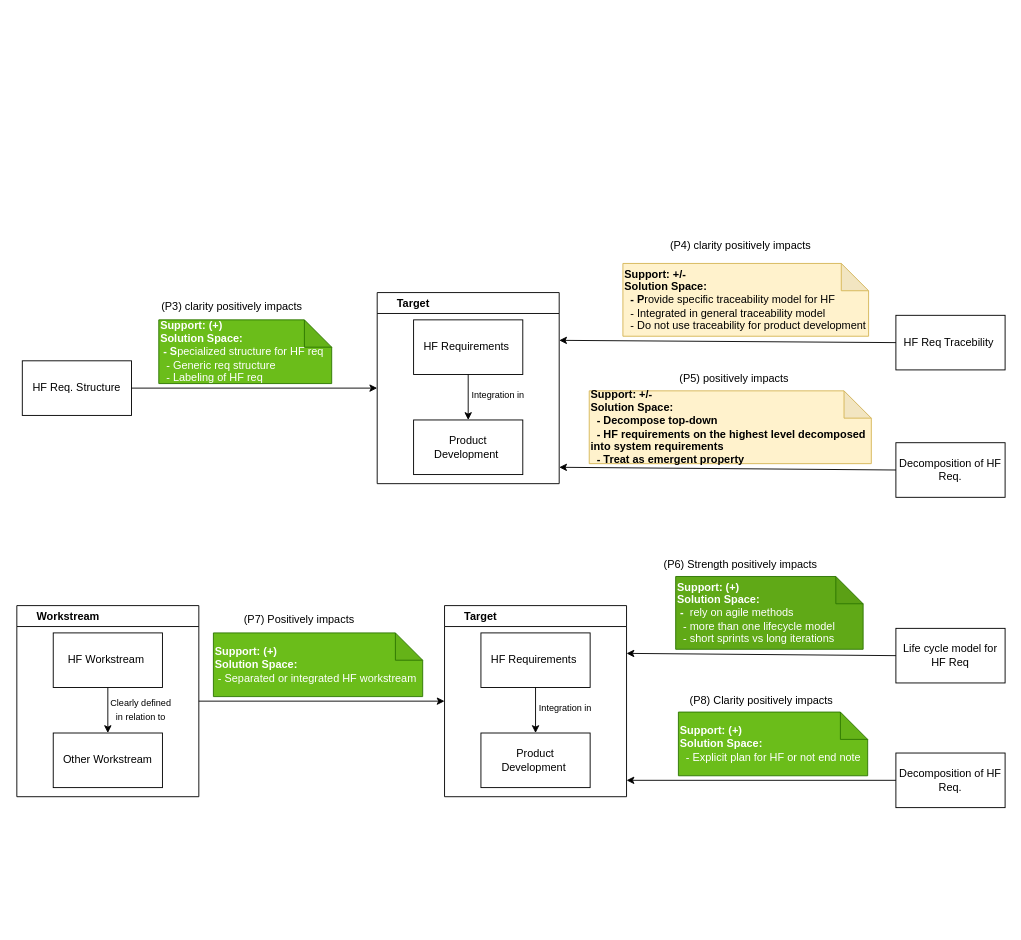
This is page "Page-1" (1 of 2) of HF Strategy.drawio from amnapir/Figures, a draw.io file, before an edit. Source tidied: cells renumbered, new cells numbered last; positions are measured from the earlier drawing's top-left corner, leaving out a move shared by most shapes. Both pictures are drawn from the tidied source at 91%, with x=0, y=0 at pixel (16, 232).
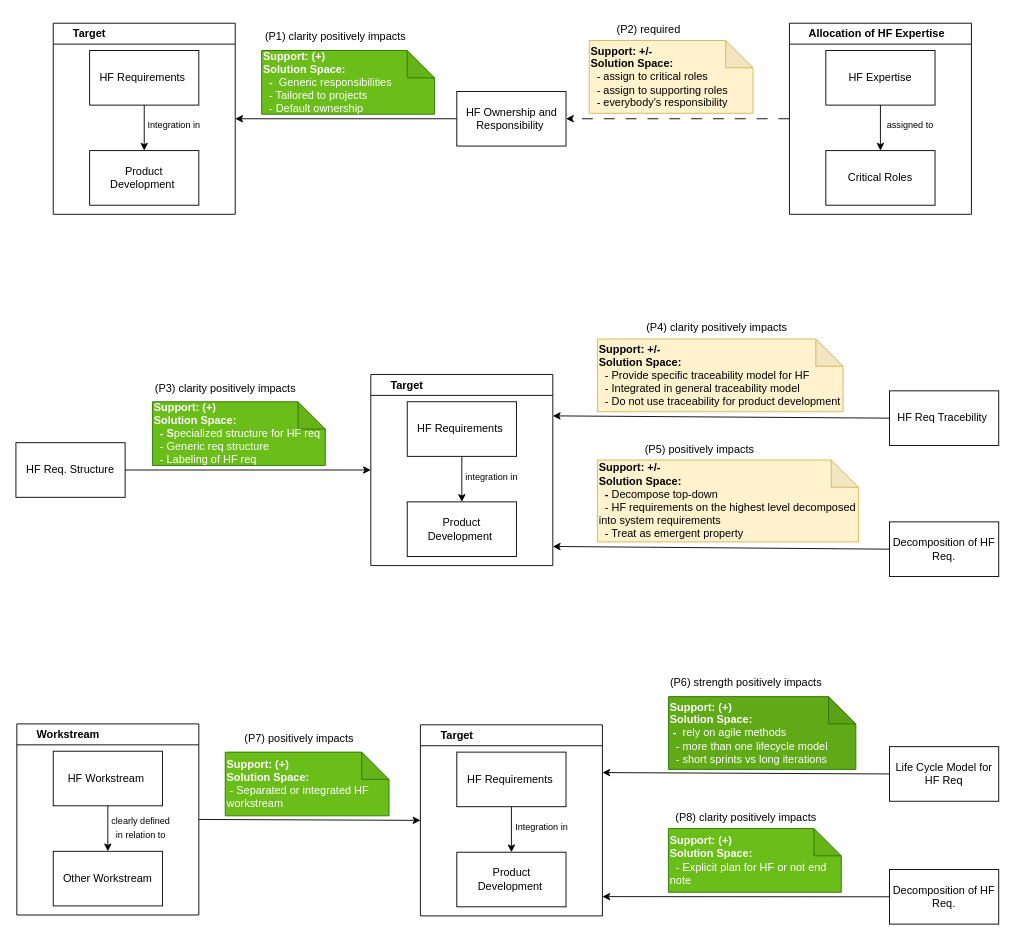
The same diagram, later.

What changed in the source:
```diff
@@
-    <mxCell id="2" value="&lt;b&gt;Support: (+)&lt;br&gt;Solution Space:&lt;br&gt;&amp;nbsp;- S&lt;/b&gt;pecialized structure for HF req&lt;div&gt;&amp;nbsp; - Generic req structure&lt;/div&gt;&lt;div&gt;&amp;nbsp; - Labeling of HF req&lt;/div&gt;" style="shape=note;whiteSpace=wrap;html=1;backgroundOutline=1;darkOpacity=0.05;size=30;align=left;fillColor=#6BBD1A;strokeColor=#2D7600;fontColor=#ffffff;" parent="1" vertex="1">
-      <mxGeometry x="156" y="96" width="190" height="70" as="geometry" />
+    <mxCell id="2" value="&lt;b&gt;Support: (+)&lt;br&gt;Solution Space:&lt;br&gt;&amp;nbsp; -&amp;nbsp;&lt;/b&gt;&amp;nbsp;Generic responsibilities&lt;div&gt;&amp;nbsp; - Tailored to projects&lt;/div&gt;&lt;div&gt;&amp;nbsp; - Default ownership&lt;/div&gt;" style="shape=note;whiteSpace=wrap;html=1;backgroundOutline=1;darkOpacity=0.05;size=30;align=left;fillColor=#6BBD1A;strokeColor=#2D7600;fontColor=#ffffff;" parent="1" vertex="1">
+      <mxGeometry x="269" y="-200" width="190" height="70" as="geometry" />
     </mxCell>
-    <mxCell id="3" value="HF Req. Structure" style="rounded=0;whiteSpace=wrap;html=1;" parent="1" vertex="1">
-      <mxGeometry x="6" y="141" width="120" height="60" as="geometry" />
+    <mxCell id="3" value="HF Ownership and Responsibility&amp;nbsp;" style="rounded=0;whiteSpace=wrap;html=1;" parent="1" vertex="1">
+      <mxGeometry x="483.5" y="-155" width="120" height="60" as="geometry" />
     </mxCell>
     <mxCell id="4" value="&amp;nbsp; &amp;nbsp; &amp;nbsp; Target&amp;nbsp;" style="swimlane;whiteSpace=wrap;html=1;align=left;" parent="1" vertex="1">
-      <mxGeometry x="396" y="66" width="200" height="210" as="geometry" />
+      <mxGeometry x="40" y="-230" width="200" height="210" as="geometry" />
     </mxCell>
@@
-    <mxCell id="9" value="HF Req Tracebility&amp;nbsp;" style="rounded=0;whiteSpace=wrap;html=1;" parent="1" vertex="1">
-      <mxGeometry x="966" y="91" width="120" height="60" as="geometry" />
-    </mxCell>
-    <mxCell id="10" style="endArrow=classic;html=1;rounded=0;exitX=0;exitY=0.5;exitDx=0;exitDy=0;entryX=1;entryY=0.25;entryDx=0;entryDy=0;" parent="1" edge="1" source="9" target="4">
-      <mxGeometry relative="1" as="geometry" />
-    </mxCell>
-    <mxCell id="11" value="&lt;b style=&quot;border-color: var(--border-color);&quot;&gt;Support: +/-&lt;br style=&quot;border-color: var(--border-color);&quot;&gt;Solution Space:&lt;br style=&quot;border-color: var(--border-color);&quot;&gt;&amp;nbsp; - P&lt;/b&gt;rovide specific traceability model for HF&lt;div style=&quot;border-color: var(--border-color);&quot;&gt;&amp;nbsp; - Integrated in general traceability model&lt;/div&gt;&lt;div style=&quot;border-color: var(--border-color);&quot;&gt;&amp;nbsp; - Do not use traceability for product development&lt;/div&gt;" style="shape=note;whiteSpace=wrap;html=1;backgroundOutline=1;darkOpacity=0.05;size=30;align=left;fillColor=#fff2cc;strokeColor=#d6b656;" parent="1" vertex="1">
-      <mxGeometry x="666" y="34" width="270" height="80" as="geometry" />
+    <mxCell id="11" value="&lt;b style=&quot;border-color: var(--border-color);&quot;&gt;Support: +/-&lt;br style=&quot;border-color: var(--border-color);&quot;&gt;Solution Space:&lt;br style=&quot;border-color: var(--border-color);&quot;&gt;&amp;nbsp;&lt;/b&gt;&lt;span style=&quot;border-color: var(--border-color);&quot;&gt; - assign to critical roles&lt;div&gt;&amp;nbsp; - assign to supporting roles&lt;/div&gt;&lt;div&gt;&amp;nbsp; - everybody's responsibility&lt;/div&gt;&lt;/span&gt;" style="shape=note;whiteSpace=wrap;html=1;backgroundOutline=1;darkOpacity=0.05;size=30;align=left;fillColor=#fff2cc;strokeColor=#d6b656;" parent="1" vertex="1">
+      <mxGeometry x="629" y="-211" width="180" height="80" as="geometry" />
     </mxCell>
-    <mxCell id="12" value="Decomposition of HF Req." style="rounded=0;whiteSpace=wrap;html=1;" parent="1" vertex="1">
-      <mxGeometry x="966" y="231" width="120" height="60" as="geometry" />
-    </mxCell>
-    <mxCell id="13" style="endArrow=classic;html=1;rounded=0;exitX=0;exitY=0.5;exitDx=0;exitDy=0;entryX=1;entryY=0.25;entryDx=0;entryDy=0;" parent="1" edge="1" source="12">
-      <mxGeometry relative="1" as="geometry">
-        <mxPoint x="596" y="258" as="targetPoint" />
-      </mxGeometry>
-    </mxCell>
-    <mxCell id="14" value="&lt;b style=&quot;border-color: var(--border-color);&quot;&gt;Support: +/-&lt;br style=&quot;border-color: var(--border-color);&quot;&gt;Solution Space: &lt;br&gt;&amp;nbsp; - Decompose top-down&lt;div&gt;&amp;nbsp; - HF requirements on the highest level decomposed into system requirements&lt;/div&gt;&lt;div&gt;&amp;nbsp; - Treat as emergent property&amp;nbsp;&lt;/div&gt;&lt;/b&gt;" style="shape=note;whiteSpace=wrap;html=1;backgroundOutline=1;darkOpacity=0.05;size=30;align=left;fillColor=#fff2cc;strokeColor=#d6b656;" parent="1" vertex="1">
-      <mxGeometry x="629" y="174" width="310" height="80" as="geometry" />
-    </mxCell>
-    <mxCell id="15" value="(P3) clarity positively impacts" style="text;html=1;align=center;verticalAlign=middle;strokeColor=none;fillColor=none;" parent="1" vertex="1">
-      <mxGeometry x="146" y="67" width="180" height="30" as="geometry" />
+    <mxCell id="15" value="(P1) clarity positively impacts" style="text;html=1;align=center;verticalAlign=middle;strokeColor=none;fillColor=none;" parent="1" vertex="1">
+      <mxGeometry x="260" y="-230" width="180" height="30" as="geometry" />
     </mxCell>
-    <mxCell id="16" value="(P4) clarity positively impacts" style="text;html=1;align=center;verticalAlign=middle;strokeColor=none;fillColor=none;" parent="1" vertex="1">
-      <mxGeometry x="705" width="180" height="30" as="geometry" />
+    <mxCell id="16" value="(P2) required" style="text;html=1;align=center;verticalAlign=middle;strokeColor=none;fillColor=none;" parent="1" vertex="1">
+      <mxGeometry x="649" y="-238" width="90" height="30" as="geometry" />
     </mxCell>
-    <mxCell id="17" style="endArrow=classic;html=1;rounded=0;exitX=1;exitY=0.5;exitDx=0;exitDy=0;entryX=0;entryY=0.5;entryDx=0;entryDy=0;" parent="1" edge="1" source="3" target="4">
-      <mxGeometry relative="1" as="geometry" />
-    </mxCell>
-    <mxCell id="18" value="(P5) positively impacts" style="text;html=1;align=center;verticalAlign=middle;strokeColor=none;fillColor=none;" parent="1" vertex="1">
-      <mxGeometry x="718" y="146" width="140" height="30" as="geometry" />
-    </mxCell>
     <mxCell id="19" value="&lt;b&gt;Support: (+)&lt;br&gt;Solution Space:&lt;/b&gt;&amp;nbsp;&lt;br&gt;&amp;nbsp;- Separated or integrated HF workstream" style="shape=note;whiteSpace=wrap;html=1;backgroundOutline=1;darkOpacity=0.05;size=30;align=left;fillColor=#6BBD1A;strokeColor=#2D7600;fontColor=#ffffff;" parent="1" vertex="1">
-      <mxGeometry x="216" y="440" width="230" height="70" as="geometry" />
+      <mxGeometry x="229" y="571" width="180" height="70" as="geometry" />
     </mxCell>
     <mxCell id="20" value="&amp;nbsp; &amp;nbsp; &amp;nbsp; Target&amp;nbsp;" style="swimlane;whiteSpace=wrap;html=1;align=left;" parent="1" vertex="1">
-      <mxGeometry x="470" y="410" width="200" height="210" as="geometry" />
+      <mxGeometry x="443.5" y="541" width="200" height="210" as="geometry" />
     </mxCell>
@@
-    <mxCell id="25" value="Life cycle model for HF Req" style="rounded=0;whiteSpace=wrap;html=1;" parent="1" vertex="1">
-      <mxGeometry x="966" y="435" width="120" height="60" as="geometry" />
+    <mxCell id="25" value="Life Cycle Model for HF Req" style="rounded=0;whiteSpace=wrap;html=1;" parent="1" vertex="1">
+      <mxGeometry x="959" y="565" width="120" height="60" as="geometry" />
     </mxCell>
@@
     <mxCell id="27" value="&lt;b style=&quot;border-color: var(--border-color); caret-color: rgb(255, 255, 255);&quot;&gt;Support: (+)&lt;br style=&quot;border-color: var(--border-color);&quot;&gt;Solution Space:&lt;br style=&quot;border-color: var(--border-color);&quot;&gt;&amp;nbsp;-&amp;nbsp;&lt;/b&gt;&amp;nbsp;rely on agile methods&lt;div style=&quot;border-color: var(--border-color); caret-color: rgb(255, 255, 255);&quot;&gt;&amp;nbsp; - more than one lifecycle model&lt;/div&gt;&lt;div style=&quot;border-color: var(--border-color); caret-color: rgb(255, 255, 255);&quot;&gt;&amp;nbsp; - short sprints vs long iterations&lt;/div&gt;" style="shape=note;whiteSpace=wrap;html=1;backgroundOutline=1;darkOpacity=0.05;size=30;align=left;fillColor=#60a917;strokeColor=#2D7600;fontColor=#ffffff;" parent="1" vertex="1">
-      <mxGeometry x="724" y="378" width="206" height="80" as="geometry" />
+      <mxGeometry x="716" y="510" width="206" height="80" as="geometry" />
     </mxCell>
     <mxCell id="28" value="Decomposition of HF Req." style="rounded=0;whiteSpace=wrap;html=1;" parent="1" vertex="1">
-      <mxGeometry x="966" y="572" width="120" height="60" as="geometry" />
+      <mxGeometry x="959" y="700" width="120" height="60" as="geometry" />
     </mxCell>
-    <mxCell id="29" style="endArrow=classic;html=1;rounded=0;exitX=0;exitY=0.5;exitDx=0;exitDy=0;entryX=1;entryY=0.25;entryDx=0;entryDy=0;" parent="1" edge="1" source="28">
+    <mxCell id="29" style="endArrow=classic;html=1;rounded=0;" parent="1" edge="1">
       <mxGeometry relative="1" as="geometry">
-        <mxPoint x="670" y="602" as="targetPoint" />
+        <mxPoint x="959" y="730" as="sourcePoint" />
+        <mxPoint x="643.5" y="729.8" as="targetPoint" />
       </mxGeometry>
     </mxCell>
-    <mxCell id="30" value="(P7) Positively impacts" style="text;html=1;align=center;verticalAlign=middle;strokeColor=none;fillColor=none;" parent="1" vertex="1">
-      <mxGeometry x="240" y="411" width="140" height="30" as="geometry" />
+    <mxCell id="30" value="(P7) positively impacts" style="text;html=1;align=center;verticalAlign=middle;strokeColor=none;fillColor=none;" parent="1" vertex="1">
+      <mxGeometry x="240" y="541" width="140" height="30" as="geometry" />
     </mxCell>
-    <mxCell id="31" value="(P6) Strength positively impacts" style="text;html=1;align=center;verticalAlign=middle;strokeColor=none;fillColor=none;" parent="1" vertex="1">
-      <mxGeometry x="700" y="350" width="190" height="30" as="geometry" />
+    <mxCell id="31" value="(P6) strength positively impacts" style="text;html=1;align=center;verticalAlign=middle;strokeColor=none;fillColor=none;" parent="1" vertex="1">
+      <mxGeometry x="706" y="480" width="190" height="30" as="geometry" />
     </mxCell>
     <mxCell id="32" style="endArrow=classic;html=1;rounded=0;exitX=1;exitY=0.5;exitDx=0;exitDy=0;entryX=0;entryY=0.5;entryDx=0;entryDy=0;" parent="1" edge="1" target="20">
       <mxGeometry relative="1" as="geometry">
-        <mxPoint x="200" y="515" as="sourcePoint" />
+        <mxPoint x="200" y="645" as="sourcePoint" />
       </mxGeometry>
     </mxCell>
-    <mxCell id="33" value="(P8) Clarity positively impacts" style="text;html=1;align=center;verticalAlign=middle;strokeColor=none;fillColor=none;" parent="1" vertex="1">
-      <mxGeometry x="728" y="500" width="180" height="30" as="geometry" />
+    <mxCell id="33" value="(P8) clarity positively impacts" style="text;html=1;align=center;verticalAlign=middle;strokeColor=none;fillColor=none;" parent="1" vertex="1">
+      <mxGeometry x="711" y="628" width="180" height="30" as="geometry" />
     </mxCell>
     <mxCell id="34" value="&lt;b&gt;Support: (+)&lt;br&gt;Solution Space:&lt;br&gt;&amp;nbsp;&lt;/b&gt;&amp;nbsp;- Explicit plan for HF or not end note" style="shape=note;whiteSpace=wrap;html=1;backgroundOutline=1;darkOpacity=0.05;size=30;align=left;fillColor=#6BBD1A;strokeColor=#2D7600;fontColor=#ffffff;" parent="1" vertex="1">
-      <mxGeometry x="727" y="527" width="208" height="70" as="geometry" />
+      <mxGeometry x="716" y="655" width="190" height="70" as="geometry" />
     </mxCell>
     <mxCell id="35" value="&amp;nbsp; &amp;nbsp; &amp;nbsp; Workstream" style="swimlane;whiteSpace=wrap;html=1;align=left;" parent="1" vertex="1">
-      <mxGeometry y="410" width="200" height="210" as="geometry" />
+      <mxGeometry y="540" width="200" height="210" as="geometry" />
     </mxCell>
@@
-    <mxCell id="39" value="&lt;font style=&quot;font-size: 10px;&quot;&gt;Clearly defined in relation to&lt;/font&gt;" style="text;html=1;strokeColor=none;fillColor=none;align=center;verticalAlign=middle;whiteSpace=wrap;rounded=0;" parent="35" vertex="1">
+    <mxCell id="39" value="&lt;font style=&quot;font-size: 10px;&quot;&gt;clearly defined in relation to&lt;/font&gt;" style="text;html=1;strokeColor=none;fillColor=none;align=center;verticalAlign=middle;whiteSpace=wrap;rounded=0;" parent="35" vertex="1">
       <mxGeometry x="98" y="104" width="77" height="20" as="geometry" />
     </mxCell>
+    <mxCell id="40" value="&lt;b&gt;Support: (+)&lt;br&gt;Solution Space:&lt;br&gt;&amp;nbsp; - S&lt;/b&gt;pecialized structure for HF req&lt;div&gt;&amp;nbsp; - Generic req structure&lt;/div&gt;&lt;div&gt;&amp;nbsp; - Labeling of HF req&lt;/div&gt;" style="shape=note;whiteSpace=wrap;html=1;backgroundOutline=1;darkOpacity=0.05;size=30;align=left;fillColor=#6BBD1A;strokeColor=#2D7600;fontColor=#ffffff;" parent="1" vertex="1">
+      <mxGeometry x="149" y="186" width="190" height="70" as="geometry" />
+    </mxCell>
+    <mxCell id="41" value="HF Req. Structure" style="rounded=0;whiteSpace=wrap;html=1;" parent="1" vertex="1">
+      <mxGeometry x="-1" y="231" width="120" height="60" as="geometry" />
+    </mxCell>
+    <mxCell id="42" value="&amp;nbsp; &amp;nbsp; &amp;nbsp; Target&amp;nbsp;" style="swimlane;whiteSpace=wrap;html=1;align=left;" parent="1" vertex="1">
+      <mxGeometry x="389" y="156" width="200" height="210" as="geometry" />
+    </mxCell>
+    <mxCell id="43" value="HF Requirements&amp;nbsp;" style="rounded=0;whiteSpace=wrap;html=1;" parent="42" vertex="1">
+      <mxGeometry x="40" y="30" width="120" height="60" as="geometry" />
+    </mxCell>
+    <mxCell id="44" value="Product Development&amp;nbsp;" style="rounded=0;whiteSpace=wrap;html=1;" parent="42" vertex="1">
+      <mxGeometry x="40" y="140" width="120" height="60" as="geometry" />
+    </mxCell>
+    <mxCell id="45" style="endArrow=classic;html=1;rounded=0;exitX=0.5;exitY=1;exitDx=0;exitDy=0;entryX=0.5;entryY=0;entryDx=0;entryDy=0;" parent="42" edge="1" source="43" target="44">
+      <mxGeometry relative="1" as="geometry" />
+    </mxCell>
+    <mxCell id="46" value="&lt;font style=&quot;font-size: 10px;&quot;&gt;integration in&lt;/font&gt;" style="text;html=1;strokeColor=none;fillColor=none;align=center;verticalAlign=middle;whiteSpace=wrap;rounded=0;" parent="42" vertex="1">
+      <mxGeometry x="103" y="102" width="60" height="20" as="geometry" />
+    </mxCell>
+    <mxCell id="9" value="HF Req Tracebility&amp;nbsp;" style="rounded=0;whiteSpace=wrap;html=1;" parent="1" vertex="1">
+      <mxGeometry x="959" y="174" width="120" height="60" as="geometry" />
+    </mxCell>
+    <mxCell id="47" style="endArrow=classic;html=1;rounded=0;exitX=0;exitY=0.5;exitDx=0;exitDy=0;entryX=1;entryY=0.25;entryDx=0;entryDy=0;" parent="1" edge="1" source="9">
+      <mxGeometry relative="1" as="geometry">
+        <mxPoint x="589" y="201.5" as="targetPoint" />
+      </mxGeometry>
+    </mxCell>
+    <mxCell id="48" value="&lt;b style=&quot;border-color: var(--border-color);&quot;&gt;Support: +/-&lt;br style=&quot;border-color: var(--border-color);&quot;&gt;Solution Space:&lt;br style=&quot;border-color: var(--border-color);&quot;&gt;&amp;nbsp;&lt;/b&gt;&lt;span style=&quot;border-color: var(--border-color);&quot;&gt; - P&lt;/span&gt;rovide specific traceability model for HF&lt;div style=&quot;border-color: var(--border-color);&quot;&gt;&amp;nbsp; - Integrated in general traceability model&lt;/div&gt;&lt;div style=&quot;border-color: var(--border-color);&quot;&gt;&amp;nbsp; - Do not use traceability for product development&lt;/div&gt;" style="shape=note;whiteSpace=wrap;html=1;backgroundOutline=1;darkOpacity=0.05;size=30;align=left;fillColor=#fff2cc;strokeColor=#d6b656;" parent="1" vertex="1">
+      <mxGeometry x="638" y="117" width="270" height="80" as="geometry" />
+    </mxCell>
+    <mxCell id="12" value="Decomposition of HF Req." style="rounded=0;whiteSpace=wrap;html=1;" parent="1" vertex="1">
+      <mxGeometry x="959" y="318" width="120" height="60" as="geometry" />
+    </mxCell>
+    <mxCell id="49" style="endArrow=classic;html=1;rounded=0;exitX=0;exitY=0.5;exitDx=0;exitDy=0;entryX=1;entryY=0.25;entryDx=0;entryDy=0;" parent="1" edge="1" source="12">
+      <mxGeometry relative="1" as="geometry">
+        <mxPoint x="589" y="345" as="targetPoint" />
+      </mxGeometry>
+    </mxCell>
+    <mxCell id="14" value="&lt;b style=&quot;border-color: var(--border-color);&quot;&gt;Support: +/-&lt;br style=&quot;border-color: var(--border-color);&quot;&gt;Solution Space: &lt;br&gt;&amp;nbsp; - &lt;/b&gt;&lt;span style=&quot;border-color: var(--border-color);&quot;&gt;Decompose top-down&lt;div&gt;&amp;nbsp; - HF requirements on the highest level decomposed into system requirements&lt;/div&gt;&lt;div&gt;&amp;nbsp; - Treat as emergent property&amp;nbsp;&lt;/div&gt;&lt;/span&gt;" style="shape=note;whiteSpace=wrap;html=1;backgroundOutline=1;darkOpacity=0.05;size=30;align=left;fillColor=#fff2cc;strokeColor=#d6b656;" parent="1" vertex="1">
+      <mxGeometry x="638" y="250" width="287" height="90" as="geometry" />
+    </mxCell>
+    <mxCell id="50" value="(P3) clarity positively impacts" style="text;html=1;align=center;verticalAlign=middle;strokeColor=none;fillColor=none;" parent="1" vertex="1">
+      <mxGeometry x="139" y="157" width="180" height="30" as="geometry" />
+    </mxCell>
+    <mxCell id="51" value="(P4) clarity positively impacts" style="text;html=1;align=center;verticalAlign=middle;strokeColor=none;fillColor=none;" parent="1" vertex="1">
+      <mxGeometry x="679" y="90" width="180" height="30" as="geometry" />
+    </mxCell>
+    <mxCell id="52" style="endArrow=classic;html=1;rounded=0;exitX=1;exitY=0.5;exitDx=0;exitDy=0;entryX=0;entryY=0.5;entryDx=0;entryDy=0;" parent="1" edge="1" source="41" target="42">
+      <mxGeometry relative="1" as="geometry" />
+    </mxCell>
+    <mxCell id="18" value="(P5) positively impacts" style="text;html=1;align=center;verticalAlign=middle;strokeColor=none;fillColor=none;" parent="1" vertex="1">
+      <mxGeometry x="680" y="224" width="140" height="30" as="geometry" />
+    </mxCell>
+    <mxCell id="53" value="&amp;nbsp; &amp;nbsp; &amp;nbsp; Allocation of HF Expertise&amp;nbsp;" style="swimlane;whiteSpace=wrap;html=1;align=left;" parent="1" vertex="1">
+      <mxGeometry x="849" y="-230" width="200" height="210" as="geometry" />
+    </mxCell>
+    <mxCell id="54" value="HF Expertise" style="rounded=0;whiteSpace=wrap;html=1;" parent="53" vertex="1">
+      <mxGeometry x="40" y="30" width="120" height="60" as="geometry" />
+    </mxCell>
+    <mxCell id="55" value="Critical Roles" style="rounded=0;whiteSpace=wrap;html=1;" parent="53" vertex="1">
+      <mxGeometry x="40" y="140" width="120" height="60" as="geometry" />
+    </mxCell>
+    <mxCell id="56" style="endArrow=classic;html=1;rounded=0;exitX=0.5;exitY=1;exitDx=0;exitDy=0;entryX=0.5;entryY=0;entryDx=0;entryDy=0;" parent="53" edge="1" source="54" target="55">
+      <mxGeometry relative="1" as="geometry" />
+    </mxCell>
+    <mxCell id="57" value="&lt;font style=&quot;font-size: 10px;&quot;&gt;assigned to&lt;/font&gt;" style="text;html=1;strokeColor=none;fillColor=none;align=center;verticalAlign=middle;whiteSpace=wrap;rounded=0;" parent="53" vertex="1">
+      <mxGeometry x="103" y="102" width="60" height="20" as="geometry" />
+    </mxCell>
+    <mxCell id="58" style="endArrow=classic;html=1;rounded=0;exitX=0;exitY=0.5;exitDx=0;exitDy=0;dashed=1;dashPattern=12 12;entryX=1;entryY=0.5;entryDx=0;entryDy=0;" parent="1" edge="1" source="53" target="3">
+      <mxGeometry relative="1" as="geometry" />
+    </mxCell>
+    <mxCell id="17" style="endArrow=classic;html=1;rounded=0;entryX=1;entryY=0.5;entryDx=0;entryDy=0;exitX=0;exitY=0.5;exitDx=0;exitDy=0;" parent="1" edge="1" source="3" target="4">
+      <mxGeometry relative="1" as="geometry" />
+    </mxCell>
```
